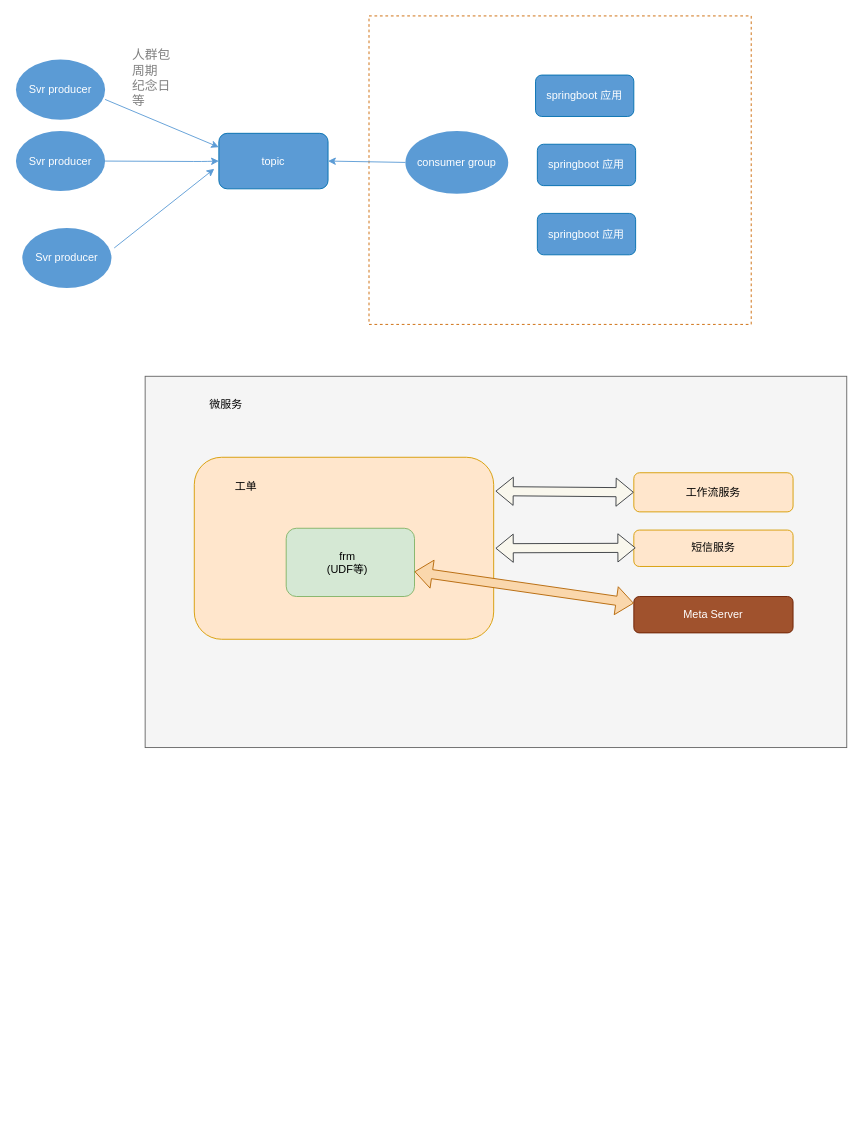
Above: 未命名绘图.drawio in yunfengwang/draw (draw.io), before the change. Source tidied: cells renumbered, new cells numbered last; positions are measured from the earlier drawing's top-left corner, leaving out a move shared by most shapes. Both pictures are drawn from the tidied source at 91%, with x=0, y=0 at pixel (15, 15).
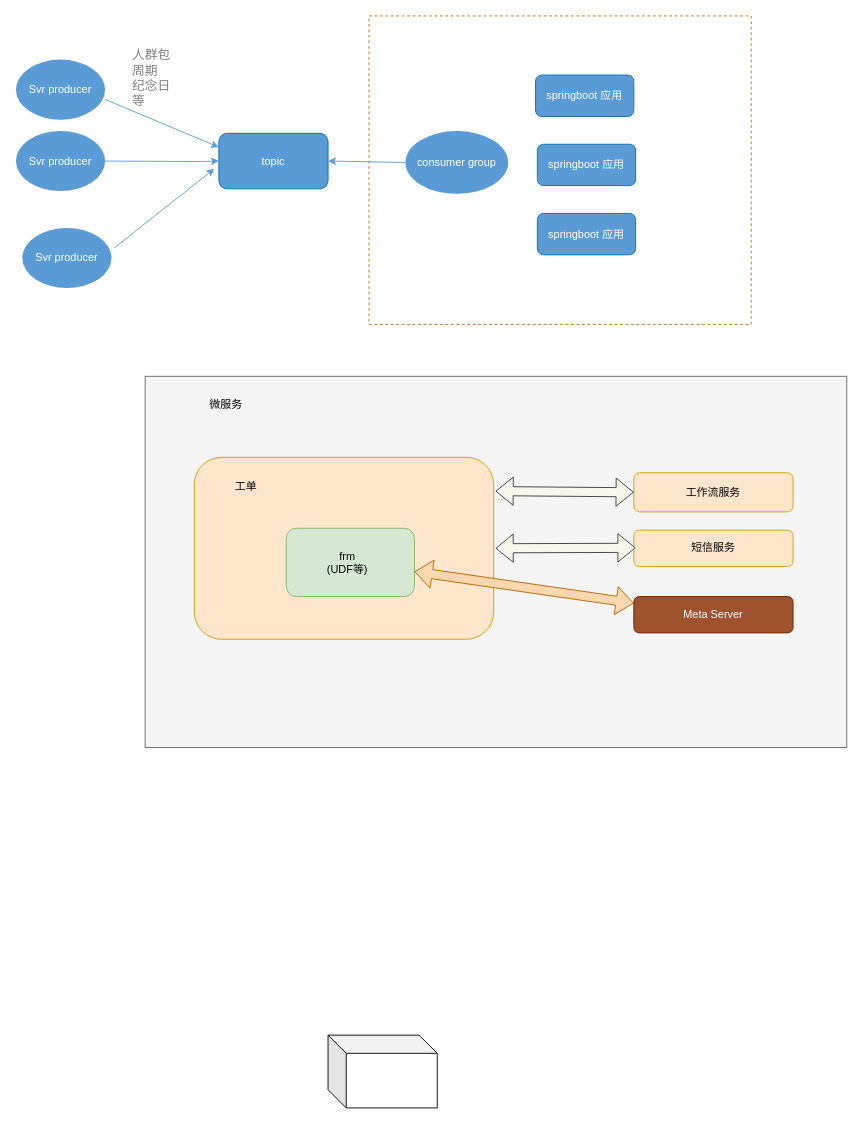
After the change.

The edit, as a diff of the source:
```diff
@@
+    <mxCell id="28" style="shape=cube;whiteSpace=wrap;html=1;boundedLbl=1;backgroundOutline=1;darkOpacity=0.05;darkOpacity2=0.1;" parent="1" vertex="1">
+      <mxGeometry x="343" y="1120" width="120" height="80" as="geometry" />
+    </mxCell>
```
